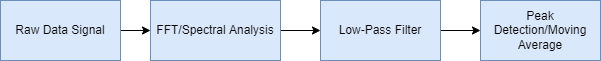
Before: images/respiration-algorithm-block-diagram.png, a diagram exported from draw.io (tarek-hamid/tarek-hamid.github.io). Source tidied: cells renumbered, new cells last; positions are measured from the earlier drawing's top-left corner, leaving out a move shared by most shapes.
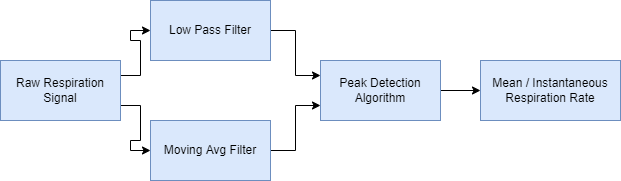
The same diagram one commit later.

Commit message:
Modifying respiration pages

Change to the diagram source:
```diff
@@ -2,26 +2,35 @@
   <root>
     <mxCell id="0" />
     <mxCell id="1" parent="0" />
-    <mxCell id="2" style="edgeStyle=orthogonalEdgeStyle;rounded=0;jettySize=auto;html=1;exitX=1;exitY=0.5;exitDx=0;exitDy=0;entryX=0;entryY=0.5;entryDx=0;entryDy=0;" parent="1" edge="1" source="3" target="8">
-      <mxGeometry relative="1" as="geometry" />
-    </mxCell>
-    <mxCell id="3" value="Raw Data Signal" style="rounded=0;whiteSpace=wrap;html=1;fillColor=#dae8fc;strokeColor=#6c8ebf;" parent="1" vertex="1">
-      <mxGeometry width="120" height="60" as="geometry" />
-    </mxCell>
-    <mxCell id="4" style="edgeStyle=orthogonalEdgeStyle;rounded=0;jettySize=auto;html=1;exitX=1;exitY=0.5;exitDx=0;exitDy=0;" parent="1" edge="1" source="5" target="6">
-      <mxGeometry relative="1" as="geometry" />
-    </mxCell>
-    <mxCell id="5" value="Low-Pass Filter" style="rounded=0;whiteSpace=wrap;html=1;fillColor=#dae8fc;strokeColor=#6c8ebf;" parent="1" vertex="1">
-      <mxGeometry x="320" width="120" height="60" as="geometry" />
-    </mxCell>
-    <mxCell id="6" value="Peak Detection/Moving Average" style="rounded=0;whiteSpace=wrap;html=1;fillColor=#dae8fc;strokeColor=#6c8ebf;" parent="1" vertex="1">
-      <mxGeometry x="480" width="120" height="60" as="geometry" />
-    </mxCell>
-    <mxCell id="7" style="edgeStyle=orthogonalEdgeStyle;rounded=0;jettySize=auto;html=1;exitX=1;exitY=0.5;exitDx=0;exitDy=0;" parent="1" edge="1" source="8" target="5">
-      <mxGeometry relative="1" as="geometry" />
-    </mxCell>
-    <mxCell id="8" value="FFT/Spectral Analysis" style="rounded=0;whiteSpace=wrap;html=1;fillColor=#dae8fc;strokeColor=#6c8ebf;" parent="1" vertex="1">
-      <mxGeometry x="150" width="130" height="60" as="geometry" />
-    </mxCell>
+    <mxCell id="9" style="edgeStyle=orthogonalEdgeStyle;rounded=0;jettySize=auto;html=1;exitX=1;exitY=0.25;exitDx=0;exitDy=0;entryX=0;entryY=0.5;entryDx=0;entryDy=0;" parent="1" edge="1" source="11" target="16">
+      <mxGeometry relative="1" as="geometry" />
+    </mxCell>
+    <mxCell id="10" style="edgeStyle=orthogonalEdgeStyle;rounded=0;jettySize=auto;html=1;exitX=1;exitY=0.75;exitDx=0;exitDy=0;entryX=0;entryY=0.5;entryDx=0;entryDy=0;" parent="1" edge="1" source="11" target="18">
+      <mxGeometry relative="1" as="geometry" />
+    </mxCell>
+    <mxCell id="11" value="Raw Respiration Signal" style="rounded=0;whiteSpace=wrap;html=1;fillColor=#dae8fc;strokeColor=#6c8ebf;" parent="1" vertex="1">
+      <mxGeometry x="40" y="70" width="120" height="60" as="geometry" />
+    </mxCell>
+    <mxCell id="12" value="Mean / Instantaneous Respiration Rate" style="rounded=0;whiteSpace=wrap;html=1;fillColor=#dae8fc;strokeColor=#6c8ebf;" parent="1" vertex="1">
+      <mxGeometry x="520" y="70" width="140" height="60" as="geometry" />
+    </mxCell>
+    <mxCell id="13" style="edgeStyle=orthogonalEdgeStyle;rounded=0;jettySize=auto;html=1;exitX=1;exitY=0.5;exitDx=0;exitDy=0;entryX=0;entryY=0.5;entryDx=0;entryDy=0;" parent="1" edge="1" source="14" target="12">
+      <mxGeometry relative="1" as="geometry" />
+    </mxCell>
+    <mxCell id="14" value="Peak Detection Algorithm" style="rounded=0;whiteSpace=wrap;html=1;fillColor=#dae8fc;strokeColor=#6c8ebf;" parent="1" vertex="1">
+      <mxGeometry x="360" y="70" width="120" height="60" as="geometry" />
+    </mxCell>
+    <mxCell id="15" style="edgeStyle=orthogonalEdgeStyle;rounded=0;jettySize=auto;html=1;exitX=1;exitY=0.5;exitDx=0;exitDy=0;entryX=0;entryY=0.25;entryDx=0;entryDy=0;" parent="1" edge="1" source="16" target="14">
+      <mxGeometry relative="1" as="geometry" />
+    </mxCell>
+    <mxCell id="16" value="Low Pass Filter" style="rounded=0;whiteSpace=wrap;html=1;fillColor=#dae8fc;strokeColor=#6c8ebf;" parent="1" vertex="1">
+      <mxGeometry x="190" y="10" width="120" height="60" as="geometry" />
+    </mxCell>
+    <mxCell id="17" style="edgeStyle=orthogonalEdgeStyle;rounded=0;jettySize=auto;html=1;exitX=1;exitY=0.5;exitDx=0;exitDy=0;entryX=0;entryY=0.75;entryDx=0;entryDy=0;" parent="1" edge="1" source="18" target="14">
+      <mxGeometry relative="1" as="geometry" />
+    </mxCell>
+    <mxCell id="18" value="Moving Avg Filter" style="rounded=0;whiteSpace=wrap;html=1;fillColor=#dae8fc;strokeColor=#6c8ebf;" parent="1" vertex="1">
+      <mxGeometry x="190" y="130" width="120" height="60" as="geometry" />
+    </mxCell>
   </root>
 </mxGraphModel>
```
